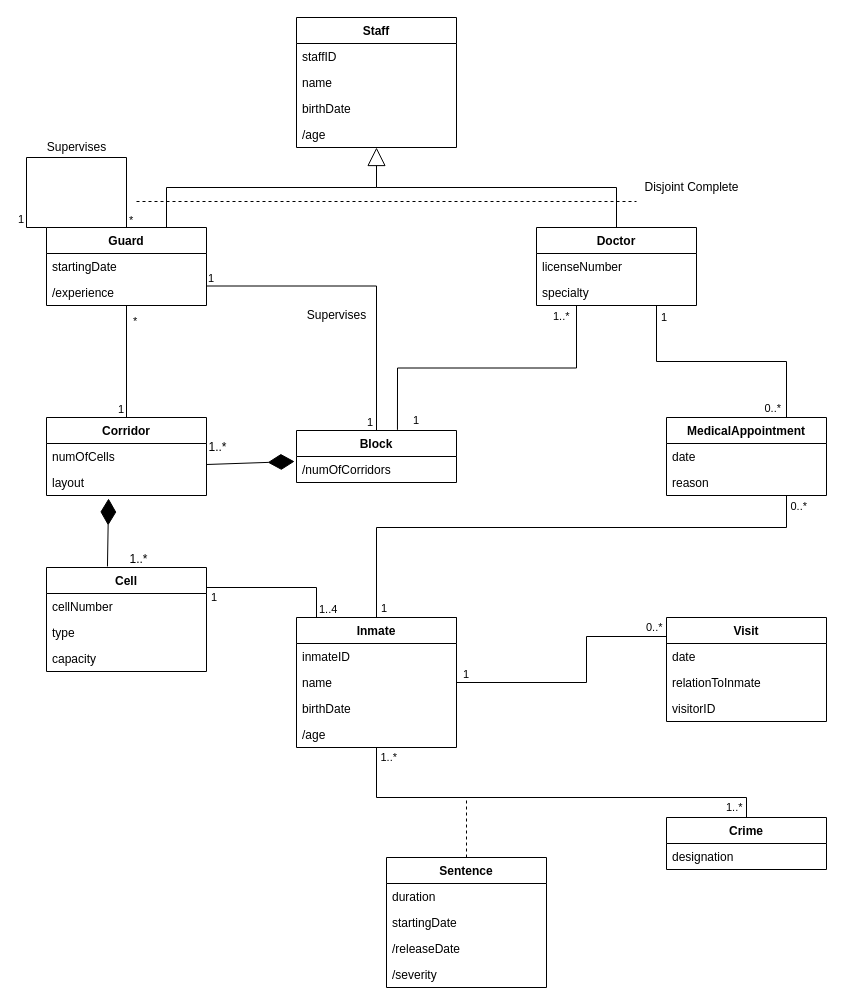
Before: Untitled Diagram.drawio in up201706117/BD_PrisonProject, a draw.io diagram. Source tidied: cells renumbered, new cells numbered last; positions are measured from the earlier drawing's top-left corner, leaving out a move shared by most shapes. Both pictures are drawn from the tidied source at 100%, with x=0, y=0 at pixel (26, 17).
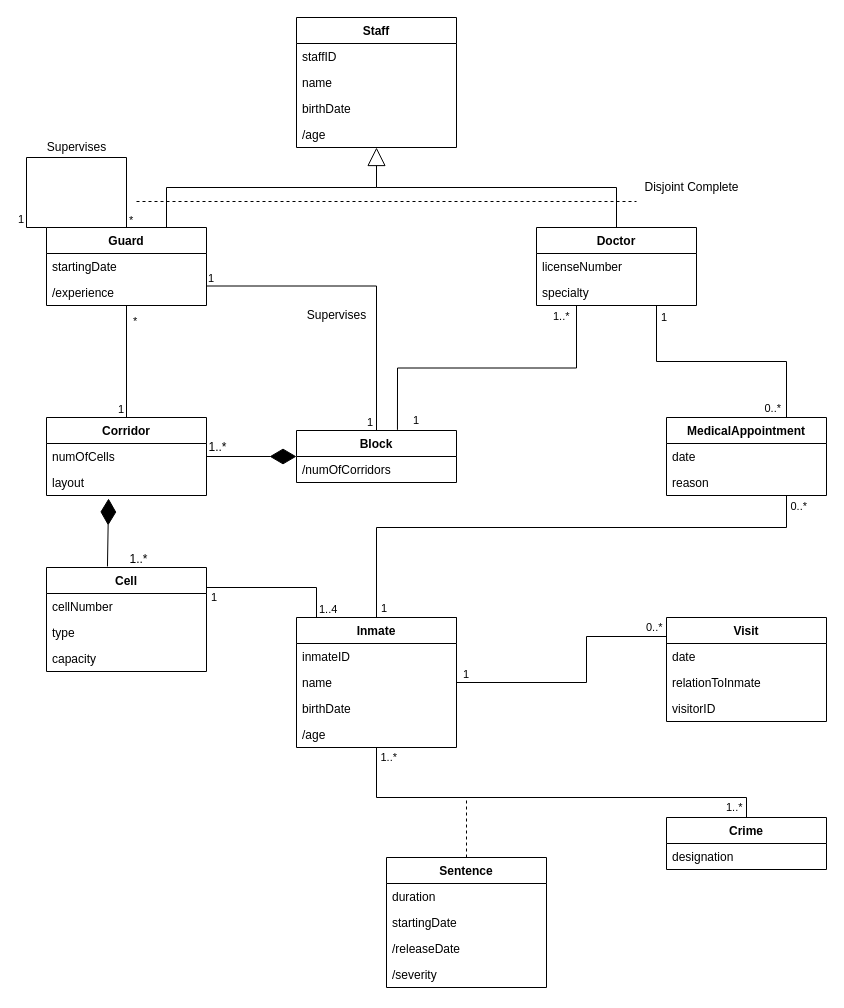
Above is the later version.

Unchanged cells that the change refers to:
```xml
<mxCell id="2" value="Block" style="swimlane;fontStyle=1;align=center;verticalAlign=top;horizontal=1;startSize=26;" parent="1" vertex="1">
  <mxGeometry x="270" y="413" width="160" height="52" as="geometry" />
</mxCell>
<mxCell id="3" value="/numOfCorridors" style="text;strokeColor=none;fillColor=none;align=left;verticalAlign=top;spacingLeft=4;spacingRight=4;overflow=hidden;points=[[0,0.5],[1,0.5]];portConstraint=eastwest;fontStyle=0;" parent="2" vertex="1">
  <mxGeometry y="26" width="160" height="26" as="geometry" />
</mxCell>
<mxCell id="4" value="Corridor" style="swimlane;fontStyle=1;align=center;verticalAlign=top;horizontal=1;startSize=26;" parent="1" vertex="1">
  <mxGeometry x="20" y="400" width="160" height="78" as="geometry" />
</mxCell>
<mxCell id="5" value="numOfCells" style="text;strokeColor=none;fillColor=none;align=left;verticalAlign=top;spacingLeft=4;spacingRight=4;overflow=hidden;points=[[0,0.5],[1,0.5]];portConstraint=eastwest;" parent="4" vertex="1">
  <mxGeometry y="26" width="160" height="26" as="geometry" />
</mxCell>
```

The edit, as a diff of the source:
```diff
@@
-    <mxCell id="77" style="endArrow=diamondThin;endFill=1;endSize=24;html=1;rounded=0;entryX=-0.012;entryY=0.192;entryDx=0;entryDy=0;exitX=1;exitY=0.808;exitDx=0;exitDy=0;exitPerimeter=0;entryPerimeter=0;" parent="1" edge="1" source="5" target="3">
+    <mxCell id="77" style="endArrow=diamondThin;endFill=1;endSize=24;html=1;rounded=0;" parent="1" edge="1" source="4" target="2">
       <mxGeometry relative="1" as="geometry" />
     </mxCell>
```
